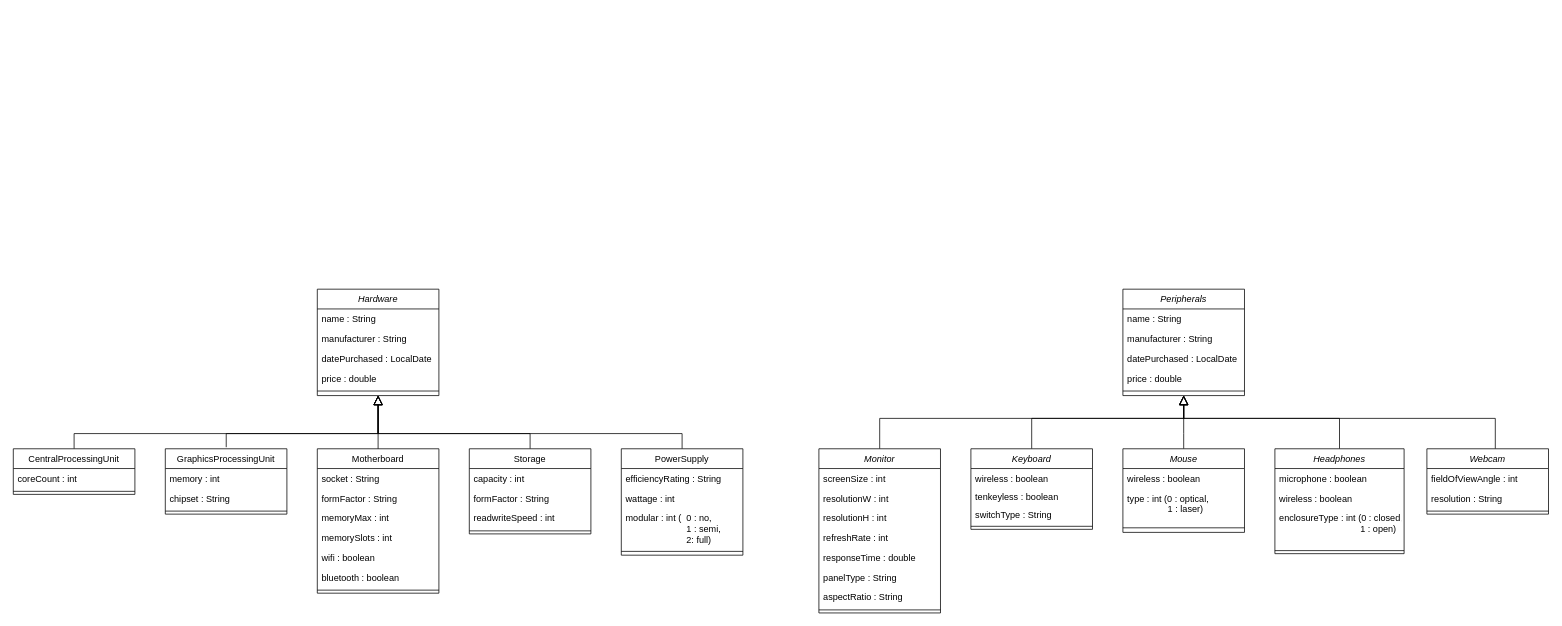
Above: Diagrams/ClassDiagram.drawio in FJayCee/Capstone-DMIS-Project (draw.io), before the change. Source tidied: cells renumbered, new cells numbered last; positions are measured from the earlier drawing's top-left corner, leaving out a move shared by most shapes. Both pictures are drawn from the tidied source at 76%, with x=0, y=0 at pixel (13, 289).
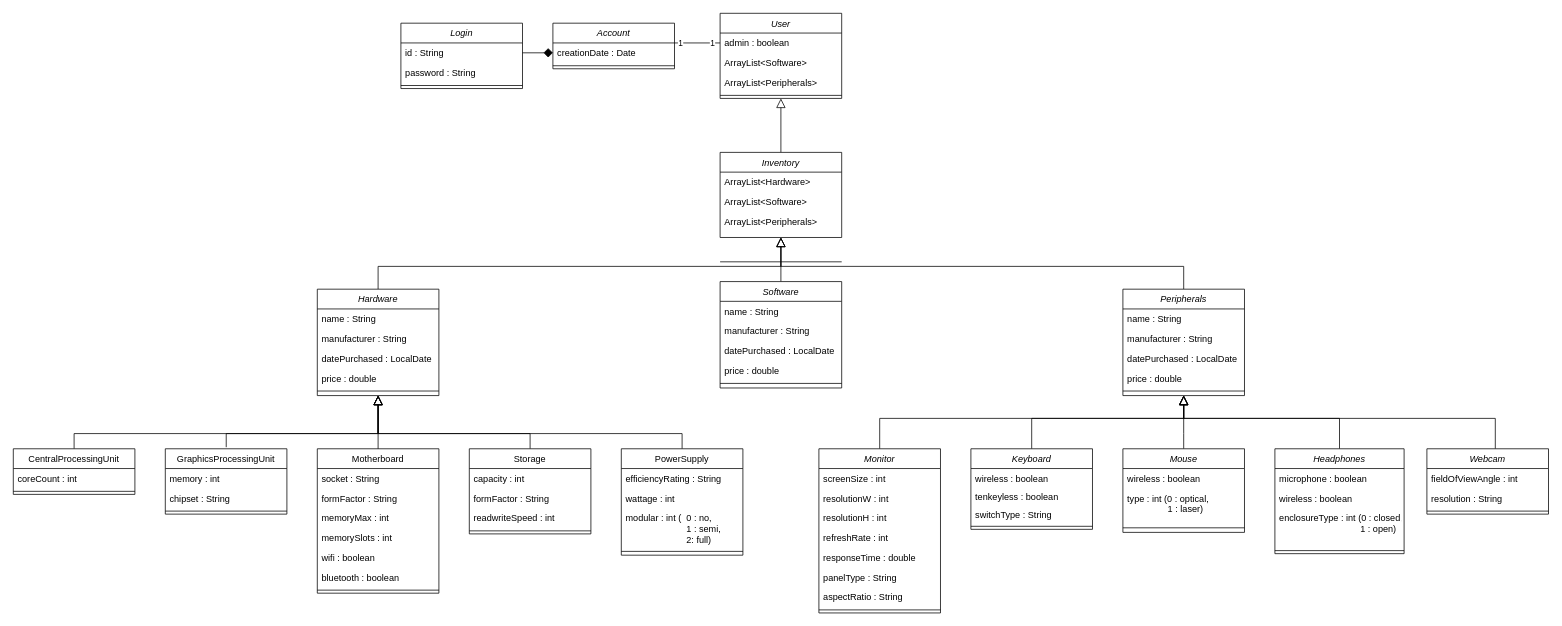
After the change.

Commit message:
updated class diagram

Unchanged cells that the change refers to:
```xml
<mxCell id="2" value="Hardware" style="swimlane;fontStyle=2;align=center;verticalAlign=top;horizontal=1;startSize=26;rounded=0;shadow=0;strokeWidth=1;" parent="1" vertex="1">
  <mxGeometry x="400" width="160" height="140" as="geometry" />
</mxCell>
<mxCell id="38" value="Peripherals" style="swimlane;fontStyle=2;align=center;verticalAlign=top;horizontal=1;startSize=26;rounded=0;shadow=0;strokeWidth=1;" parent="1" vertex="1">
  <mxGeometry x="1460" width="160" height="140" as="geometry" />
</mxCell>
```

The edit, as a diff of the source:
```diff
@@
+    <mxCell id="76" style="edgeStyle=orthogonalEdgeStyle;rounded=0;jettySize=auto;html=1;entryX=0.5;entryY=1;entryDx=0;entryDy=0;endArrow=block;endFill=0;endSize=10;" parent="1" edge="1" source="2" target="86">
+      <mxGeometry relative="1" as="geometry">
+        <Array as="points">
+          <mxPoint x="480" y="-30" />
+          <mxPoint x="1010" y="-30" />
+        </Array>
+      </mxGeometry>
+    </mxCell>
@@
+    <mxCell id="77" style="edgeStyle=orthogonalEdgeStyle;rounded=0;jettySize=auto;html=1;entryX=0.5;entryY=1;entryDx=0;entryDy=0;endArrow=block;endFill=0;endSize=10;" parent="1" edge="1" source="38" target="86">
+      <mxGeometry relative="1" as="geometry">
+        <Array as="points">
+          <mxPoint x="1540" y="-30" />
+          <mxPoint x="1010" y="-30" />
+        </Array>
+      </mxGeometry>
+    </mxCell>
@@
+    <mxCell id="78" style="edgeStyle=orthogonalEdgeStyle;rounded=0;jettySize=auto;html=1;endArrow=block;endFill=0;endSize=10;entryX=0.5;entryY=1;entryDx=0;entryDy=0;" parent="1" edge="1" source="79" target="86">
+      <mxGeometry relative="1" as="geometry" />
+    </mxCell>
+    <mxCell id="79" value="Software" style="swimlane;fontStyle=2;align=center;verticalAlign=top;horizontal=1;startSize=26;rounded=0;shadow=0;strokeWidth=1;" parent="1" vertex="1">
+      <mxGeometry x="930" y="-10" width="160" height="140" as="geometry" />
+    </mxCell>
+    <mxCell id="80" value="name : String" style="text;align=left;verticalAlign=top;spacingLeft=4;spacingRight=4;overflow=hidden;" parent="79" vertex="1">
+      <mxGeometry y="26" width="160" height="26" as="geometry" />
+    </mxCell>
+    <mxCell id="81" value="manufacturer : String" style="text;align=left;verticalAlign=top;spacingLeft=4;spacingRight=4;overflow=hidden;" parent="79" vertex="1">
+      <mxGeometry y="52" width="160" height="26" as="geometry" />
+    </mxCell>
+    <mxCell id="82" value="datePurchased : LocalDate" style="text;align=left;verticalAlign=top;spacingLeft=4;spacingRight=4;overflow=hidden;" parent="79" vertex="1">
+      <mxGeometry y="78" width="160" height="26" as="geometry" />
+    </mxCell>
+    <mxCell id="83" value="price : double" style="text;align=left;verticalAlign=top;spacingLeft=4;spacingRight=4;overflow=hidden;" parent="79" vertex="1">
+      <mxGeometry y="104" width="160" height="26" as="geometry" />
+    </mxCell>
+    <mxCell id="84" style="line;html=1;strokeWidth=1;align=left;verticalAlign=middle;spacingTop=-1;spacingLeft=3;spacingRight=3;labelPosition=right;" parent="79" vertex="1">
+      <mxGeometry y="130" width="160" height="8" as="geometry" />
+    </mxCell>
+    <mxCell id="85" style="edgeStyle=orthogonalEdgeStyle;rounded=0;jettySize=auto;html=1;entryX=0.5;entryY=1;entryDx=0;entryDy=0;endArrow=block;endFill=0;endSize=10;" parent="1" edge="1" source="86" target="90">
+      <mxGeometry relative="1" as="geometry" />
+    </mxCell>
+    <mxCell id="86" value="Inventory" style="swimlane;fontStyle=2;align=center;verticalAlign=top;horizontal=1;startSize=26;rounded=0;shadow=0;strokeWidth=1;" parent="1" vertex="1">
+      <mxGeometry x="930" y="-180" width="160" height="112" as="geometry" />
+    </mxCell>
+    <mxCell id="87" value="ArrayList&lt;Hardware&gt;" style="text;align=left;verticalAlign=top;spacingLeft=4;spacingRight=4;overflow=hidden;" parent="86" vertex="1">
+      <mxGeometry y="26" width="160" height="26" as="geometry" />
+    </mxCell>
+    <mxCell id="88" value="ArrayList&lt;Software&gt;" style="text;align=left;verticalAlign=top;spacingLeft=4;spacingRight=4;overflow=hidden;" parent="86" vertex="1">
+      <mxGeometry y="52" width="160" height="26" as="geometry" />
+    </mxCell>
+    <mxCell id="89" value="ArrayList&lt;Peripherals&gt;" style="text;align=left;verticalAlign=top;spacingLeft=4;spacingRight=4;overflow=hidden;" parent="86" vertex="1">
+      <mxGeometry y="78" width="160" height="26" as="geometry" />
+    </mxCell>
+    <mxCell id="90" value="User" style="swimlane;fontStyle=2;align=center;verticalAlign=top;horizontal=1;startSize=26;rounded=0;shadow=0;strokeWidth=1;" parent="1" vertex="1">
+      <mxGeometry x="930" y="-363" width="160" height="112" as="geometry" />
+    </mxCell>
+    <mxCell id="91" value="admin : boolean" style="text;align=left;verticalAlign=top;spacingLeft=4;spacingRight=4;overflow=hidden;points=[[0,0.5],[1,0.5]];portConstraint=eastwest;" parent="90" vertex="1">
+      <mxGeometry y="26" width="160" height="26" as="geometry" />
+    </mxCell>
+    <mxCell id="92" value="ArrayList&lt;Software&gt;" style="text;align=left;verticalAlign=top;spacingLeft=4;spacingRight=4;overflow=hidden;" parent="90" vertex="1">
+      <mxGeometry y="52" width="160" height="26" as="geometry" />
+    </mxCell>
+    <mxCell id="93" value="ArrayList&lt;Peripherals&gt;" style="text;align=left;verticalAlign=top;spacingLeft=4;spacingRight=4;overflow=hidden;" parent="90" vertex="1">
+      <mxGeometry y="78" width="160" height="26" as="geometry" />
+    </mxCell>
+    <mxCell id="94" style="line;html=1;strokeWidth=1;align=left;verticalAlign=middle;spacingTop=-1;spacingLeft=3;spacingRight=3;labelPosition=right;" parent="90" vertex="1">
+      <mxGeometry y="104" width="160" height="8" as="geometry" />
+    </mxCell>
+    <mxCell id="95" value="Login" style="swimlane;fontStyle=2;align=center;verticalAlign=top;horizontal=1;startSize=26;rounded=0;shadow=0;strokeWidth=1;" parent="1" vertex="1">
+      <mxGeometry x="510" y="-350" width="160" height="86" as="geometry" />
+    </mxCell>
+    <mxCell id="96" value="id : String" style="text;align=left;verticalAlign=top;spacingLeft=4;spacingRight=4;overflow=hidden;points=[[0,0.5],[1,0.5]];portConstraint=eastwest;" parent="95" vertex="1">
+      <mxGeometry y="26" width="160" height="26" as="geometry" />
+    </mxCell>
+    <mxCell id="97" value="password : String" style="text;align=left;verticalAlign=top;spacingLeft=4;spacingRight=4;overflow=hidden;" parent="95" vertex="1">
+      <mxGeometry y="52" width="160" height="26" as="geometry" />
+    </mxCell>
+    <mxCell id="98" style="line;html=1;strokeWidth=1;align=left;verticalAlign=middle;spacingTop=-1;spacingLeft=3;spacingRight=3;labelPosition=right;" parent="95" vertex="1">
+      <mxGeometry y="78" width="160" height="8" as="geometry" />
+    </mxCell>
+    <mxCell id="99" style="edgeStyle=orthogonalEdgeStyle;rounded=0;jettySize=auto;html=1;entryX=0;entryY=0.5;entryDx=0;entryDy=0;endArrow=none;endFill=0;exitX=0.999;exitY=0.416;exitDx=0;exitDy=0;exitPerimeter=0;" parent="1" edge="1" source="102" target="91">
+      <mxGeometry relative="1" as="geometry">
+        <Array as="points">
+          <mxPoint x="870" y="-324" />
+        </Array>
+      </mxGeometry>
+    </mxCell>
+    <mxCell id="100" value="1" style="edgeLabel;html=1;align=center;verticalAlign=middle;" parent="99" vertex="1">
+      <mxGeometry x="-0.69" y="1" relative="1" as="geometry" />
+    </mxCell>
+    <mxCell id="101" value="1" style="edgeLabel;html=1;align=center;verticalAlign=middle;" parent="99" vertex="1">
+      <mxGeometry x="0.83" y="1" relative="1" as="geometry">
+        <mxPoint x="-5" as="offset" />
+      </mxGeometry>
+    </mxCell>
+    <mxCell id="102" value="Account" style="swimlane;fontStyle=2;align=center;verticalAlign=top;horizontal=1;startSize=26;rounded=0;shadow=0;strokeWidth=1;" parent="1" vertex="1">
+      <mxGeometry x="710" y="-350" width="160" height="60" as="geometry" />
+    </mxCell>
+    <mxCell id="103" value="creationDate : Date" style="text;align=left;verticalAlign=top;spacingLeft=4;spacingRight=4;overflow=hidden;points=[[0,0.5],[1,0.5]];portConstraint=eastwest;" parent="102" vertex="1">
+      <mxGeometry y="26" width="160" height="26" as="geometry" />
+    </mxCell>
+    <mxCell id="104" style="line;html=1;strokeWidth=1;align=left;verticalAlign=middle;spacingTop=-1;spacingLeft=3;spacingRight=3;labelPosition=right;" parent="102" vertex="1">
+      <mxGeometry y="52" width="160" height="8" as="geometry" />
+    </mxCell>
+    <mxCell id="105" style="edgeStyle=orthogonalEdgeStyle;rounded=0;jettySize=auto;html=1;entryX=0;entryY=0.5;entryDx=0;entryDy=0;endArrow=diamond;endFill=1;endSize=10;" parent="1" edge="1" source="96" target="103">
+      <mxGeometry relative="1" as="geometry" />
+    </mxCell>
+    <mxCell id="106" style="line;html=1;strokeWidth=1;align=left;verticalAlign=middle;spacingTop=-1;spacingLeft=3;spacingRight=3;labelPosition=right;" parent="1" vertex="1">
+      <mxGeometry x="930" y="-40" width="160" height="8" as="geometry" />
+    </mxCell>
```
